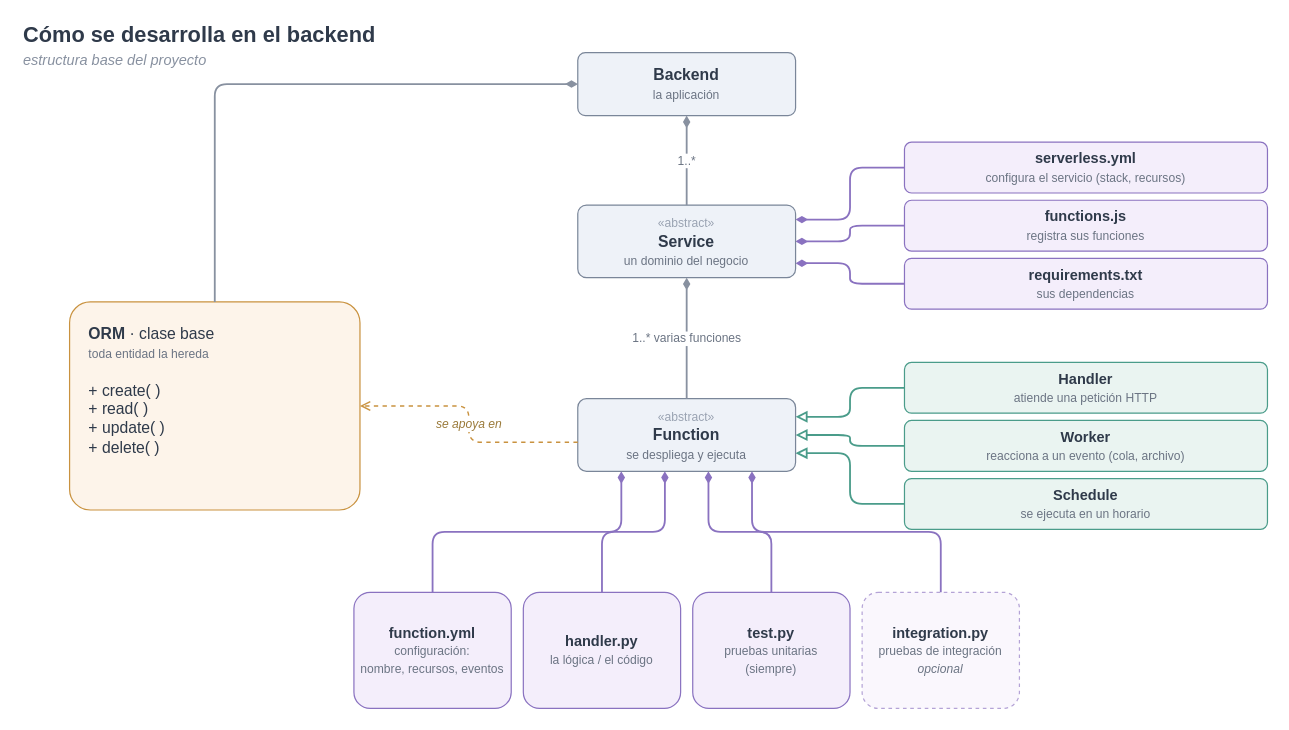
salo368/Software-Inge-backend keeps this draw.io diagram as docs/arquitectura-desarrollo.drawio. Above is the earlier version. Source tidied: cells renumbered, new cells numbered last; positions are measured from the earlier drawing's top-left corner, leaving out a move shared by most shapes. Both pictures are drawn from the tidied source at 121%, with x=0, y=0 at pixel (21, 21).
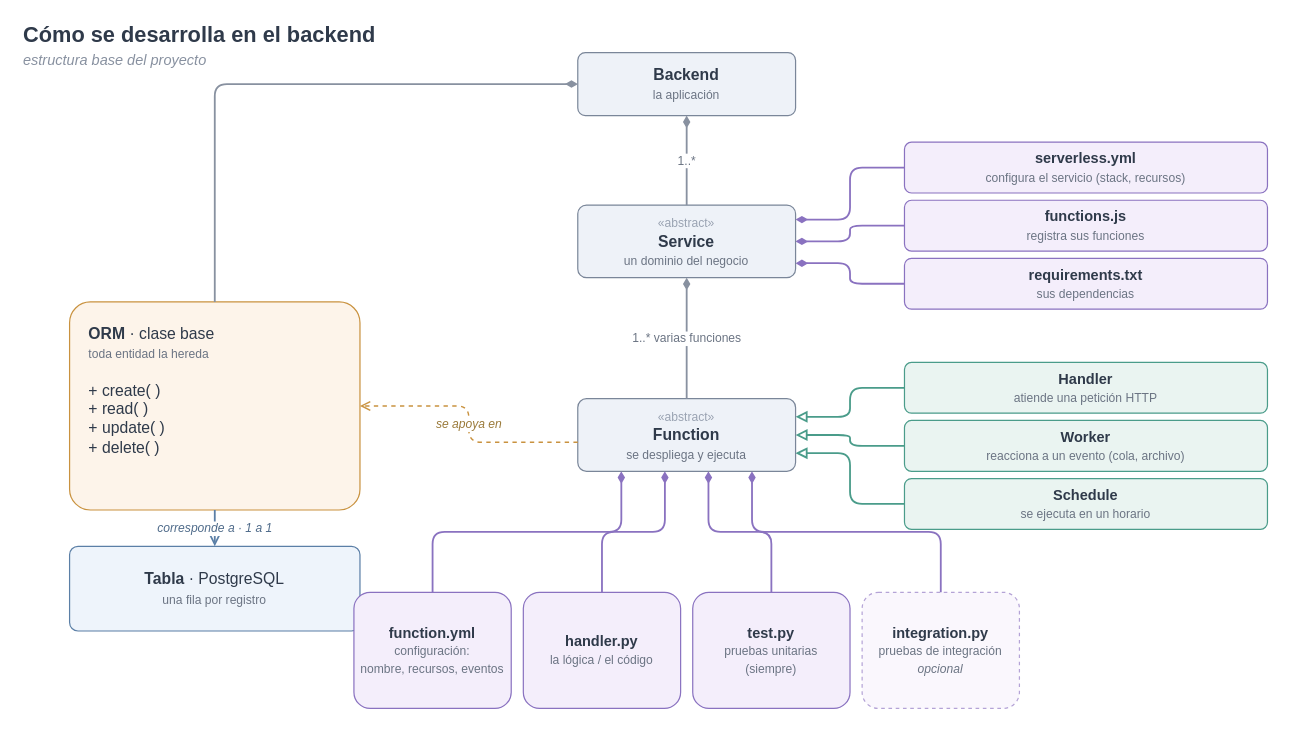
Above is the later version.

Commit message:
docs: add DB table mapped 1:1 from each ORM

Place a PostgreSQL table entity next to ORM to show that every ORM
corresponds to a table in the database.

Claude-Session: https://claude.ai/code/session_01N8H6rtRj8trqSijCoNjMHm

The change refers to these unchanged cells:
```xml
<mxCell id="5" value="&lt;b&gt;ORM&lt;/b&gt;  ·  clase base&lt;br&gt;&lt;span style='font-size:10px;color:#6b7483'&gt;toda entidad la hereda&lt;/span&gt;&lt;br&gt;&lt;br&gt;+ create( )&lt;br&gt;+ read( )&lt;br&gt;+ update( )&lt;br&gt;+ delete( )" style="rounded=1;arcSize=10;whiteSpace=wrap;html=1;fillColor=#fdf4ea;strokeColor=#c9923f;fontColor=#2f3a4a;fontSize=13;align=left;verticalAlign=top;spacingLeft=14;spacingTop=12;" parent="1" vertex="1">
  <mxGeometry x="40" y="232" width="240" height="172" as="geometry" />
</mxCell>
```

The edit, as a diff of the source:
```diff
@@
+    <mxCell id="32" value="&lt;b&gt;Tabla&lt;/b&gt;  ·  PostgreSQL&lt;br&gt;&lt;span style='font-size:10px;color:#6b7483'&gt;una fila por registro&lt;/span&gt;" style="rounded=1;arcSize=10;whiteSpace=wrap;html=1;fillColor=#eef4fb;strokeColor=#5b7fa6;fontColor=#2f3a4a;fontSize=13;verticalAlign=middle;" parent="1" vertex="1">
+      <mxGeometry x="40" y="434" width="240" height="70" as="geometry" />
+    </mxCell>
@@
+    <mxCell id="33" value="corresponde a  ·  1 a 1" style="edgeStyle=orthogonalEdgeStyle;rounded=1;html=1;endArrow=open;startArrow=none;strokeColor=#5b7fa6;strokeWidth=1.5;fontSize=10;fontColor=#4f6b8a;fontStyle=2;exitX=0.5;exitY=1;entryX=0.5;entryY=0;" parent="1" edge="1" source="5" target="32">
+      <mxGeometry relative="1" as="geometry" />
+    </mxCell>
```
